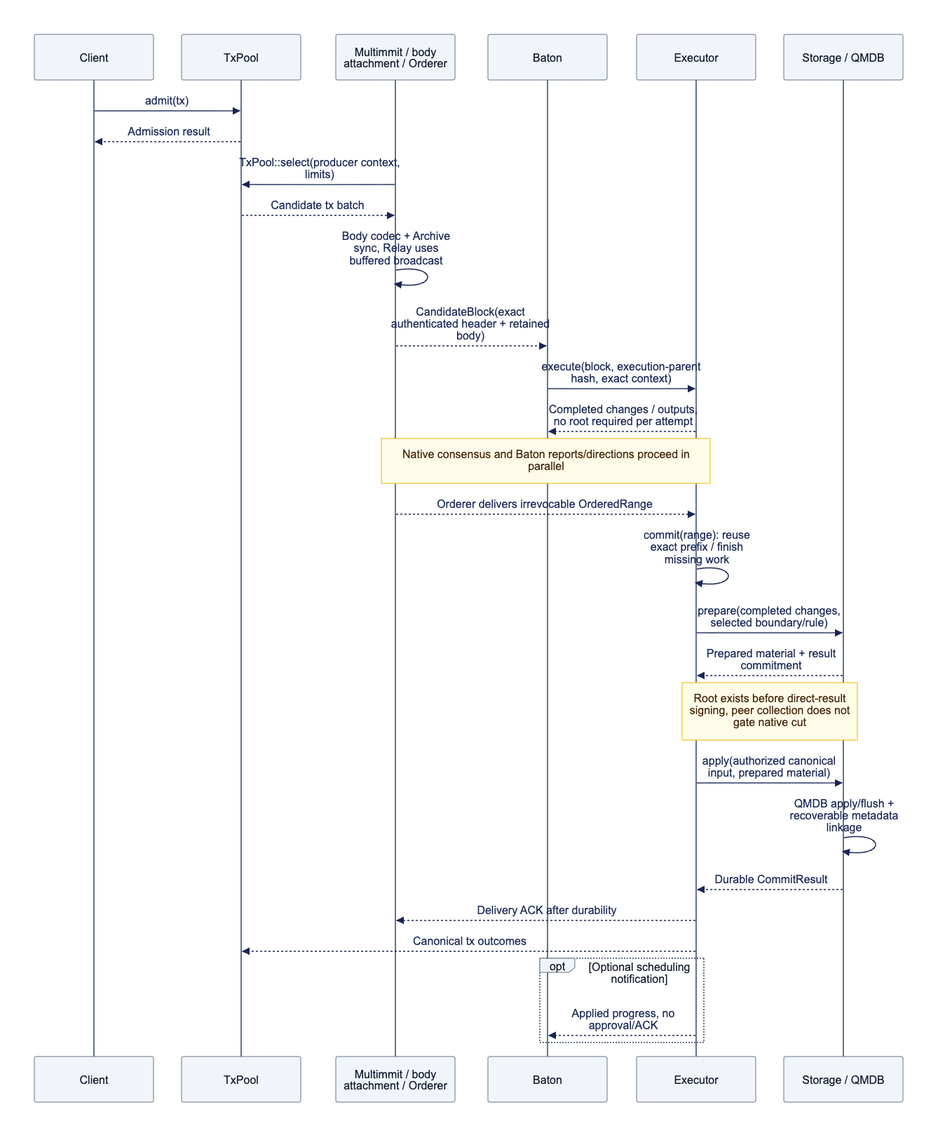
The Mermaid diagram docs/assets/diagrams/diagram-02.png in djm07073/baton-research, before a commit. Its source is kept beside it as docs/assets/diagrams/diagram-02.mmd. Its diagram source:
```mermaid
sequenceDiagram
    participant C as Client
    participant T as TxPool
    participant N as Multimmit / body attachment / Orderer
    participant B as Baton
    participant E as Executor
    participant S as Storage / QMDB
    C->>T: admit(tx)
    T-->>C: Admission result
    N->>T: TxPool::select(producer context, limits)
    T-->>N: Candidate tx batch
    N->>N: Body codec + Archive sync, Relay uses buffered broadcast
    N-->>B: CandidateBlock(exact authenticated header + retained body)
    B->>E: execute(block, execution-parent hash, exact context)
    E-->>B: Completed changes / outputs, no root required per attempt
    Note over N,E: Native consensus and Baton reports/directions proceed in parallel
    N-->>E: Orderer delivers irrevocable OrderedRange
    E->>E: commit(range): reuse exact prefix / finish missing work
    E->>S: prepare(completed changes, selected boundary/rule)
    S-->>E: Prepared material + result commitment
    Note over E,S: Root exists before direct-result signing, peer collection does not gate native cut
    E->>S: apply(authorized canonical input, prepared material)
    S->>S: QMDB apply/flush + recoverable metadata linkage
    S-->>E: Durable CommitResult
    E-->>N: Delivery ACK after durability
    E-->>T: Canonical tx outcomes
    opt Optional scheduling notification
        E-->>B: Applied progress, no approval/ACK
    end
```
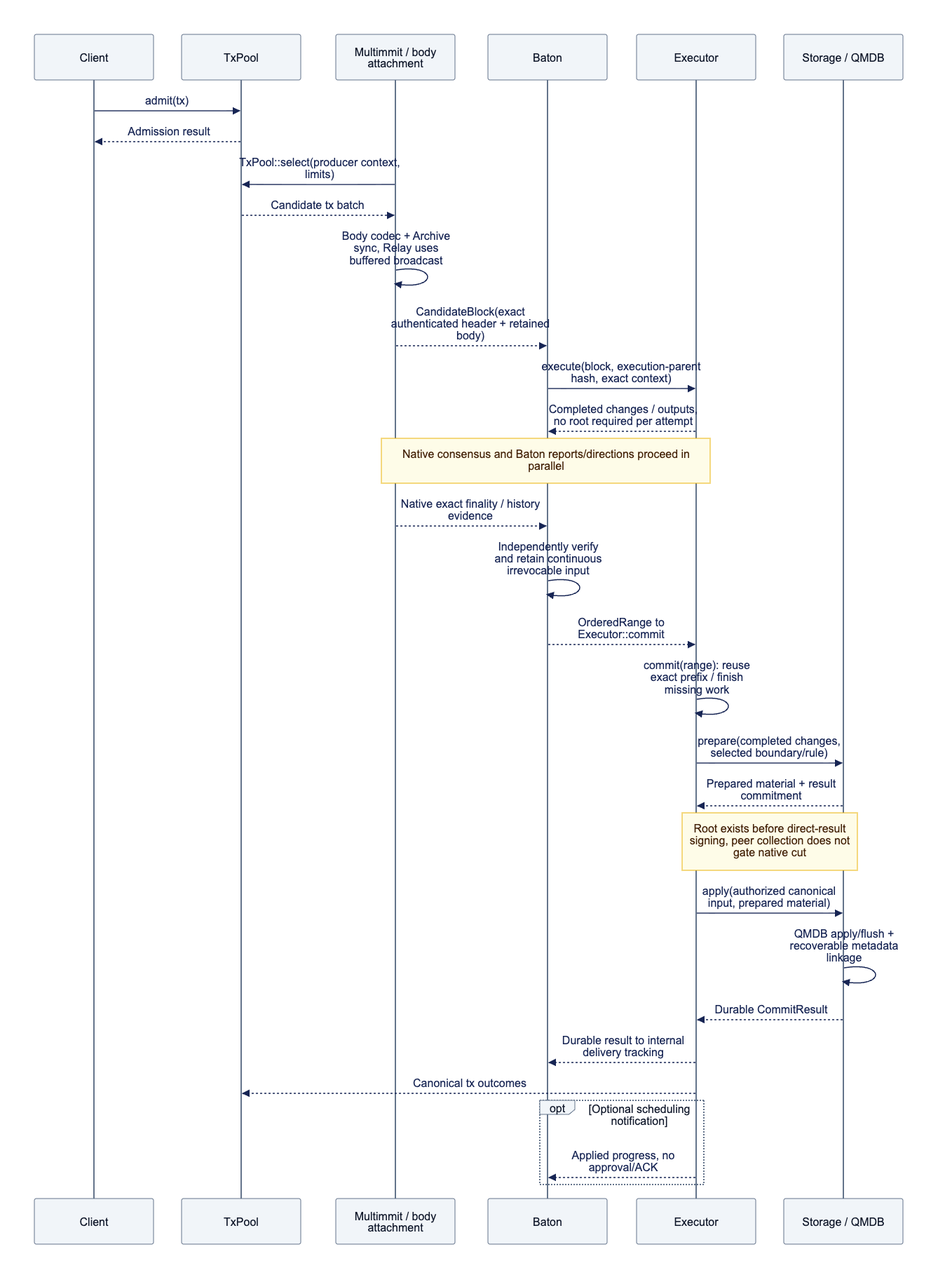
Above is the later version.

The edit, as a diff of the source:
```diff
@@ -1,7 +1,7 @@
 sequenceDiagram
     participant C as Client
     participant T as TxPool
-    participant N as Multimmit / body attachment / Orderer
+    participant N as Multimmit / body attachment
     participant B as Baton
     participant E as Executor
     participant S as Storage / QMDB
@@ -14,7 +14,9 @@
     B->>E: execute(block, execution-parent hash, exact context)
     E-->>B: Completed changes / outputs, no root required per attempt
     Note over N,E: Native consensus and Baton reports/directions proceed in parallel
-    N-->>E: Orderer delivers irrevocable OrderedRange
+    N-->>B: Native exact finality / history evidence
+    B->>B: Independently verify and retain continuous irrevocable input
+    B-->>E: OrderedRange to Executor::commit
     E->>E: commit(range): reuse exact prefix / finish missing work
     E->>S: prepare(completed changes, selected boundary/rule)
     S-->>E: Prepared material + result commitment
@@ -22,7 +24,7 @@
     E->>S: apply(authorized canonical input, prepared material)
     S->>S: QMDB apply/flush + recoverable metadata linkage
     S-->>E: Durable CommitResult
-    E-->>N: Delivery ACK after durability
+    E-->>B: Durable result to internal delivery tracking
     E-->>T: Canonical tx outcomes
     opt Optional scheduling notification
         E-->>B: Applied progress, no approval/ACK
```
